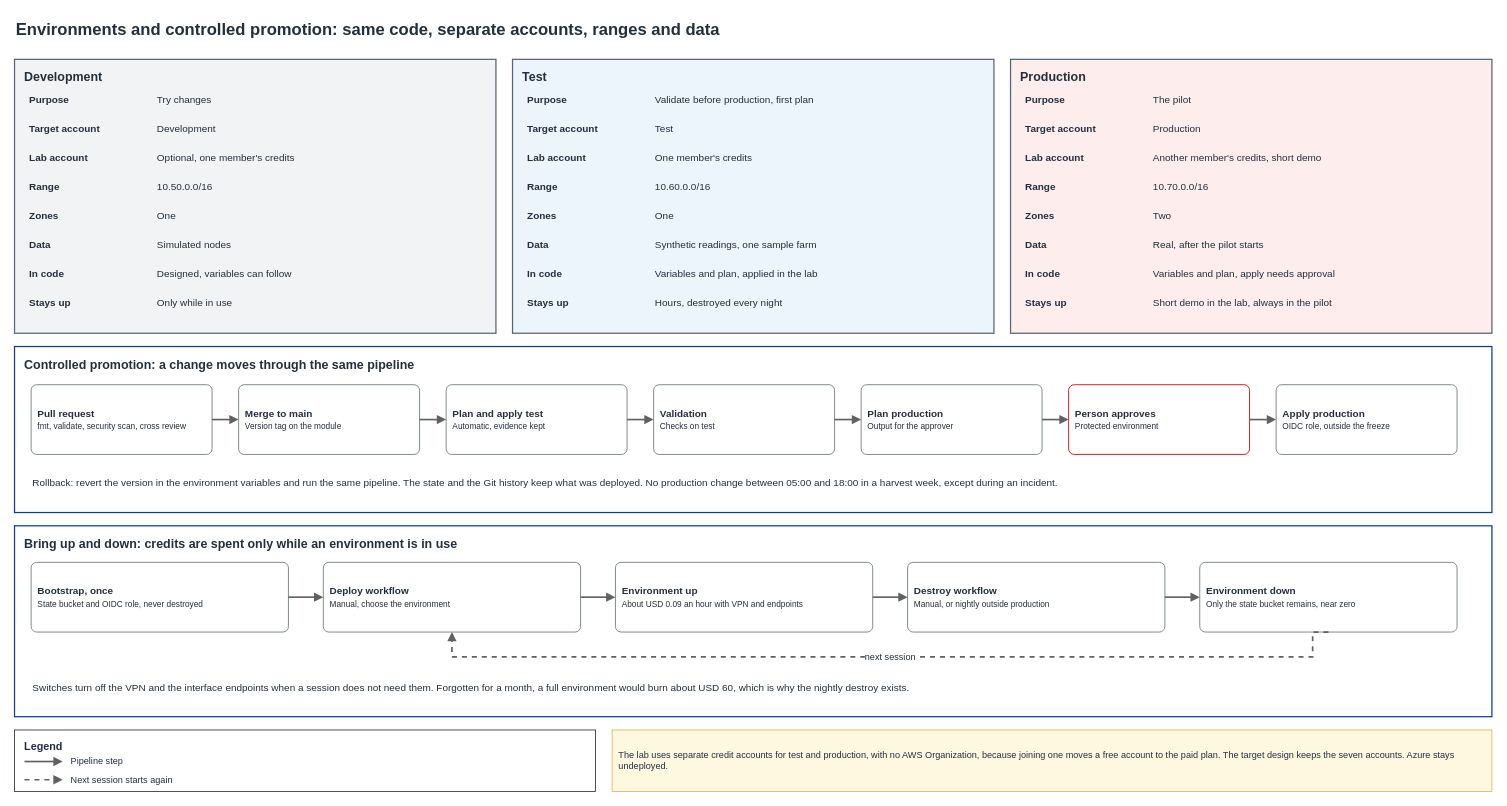
Before: page "06 Environments" (7 of 9) of docs/architecture/diagrams/platform-architecture.drawio in aromapacifico-devops/aromapacifico-devops-docs, a draw.io diagram. Source tidied: cells renumbered, new cells numbered last; positions are measured from the earlier drawing's top-left corner, leaving out a move shared by most shapes. Both pictures are drawn from the tidied source at 83%, with x=0, y=0 at pixel (14, 14).
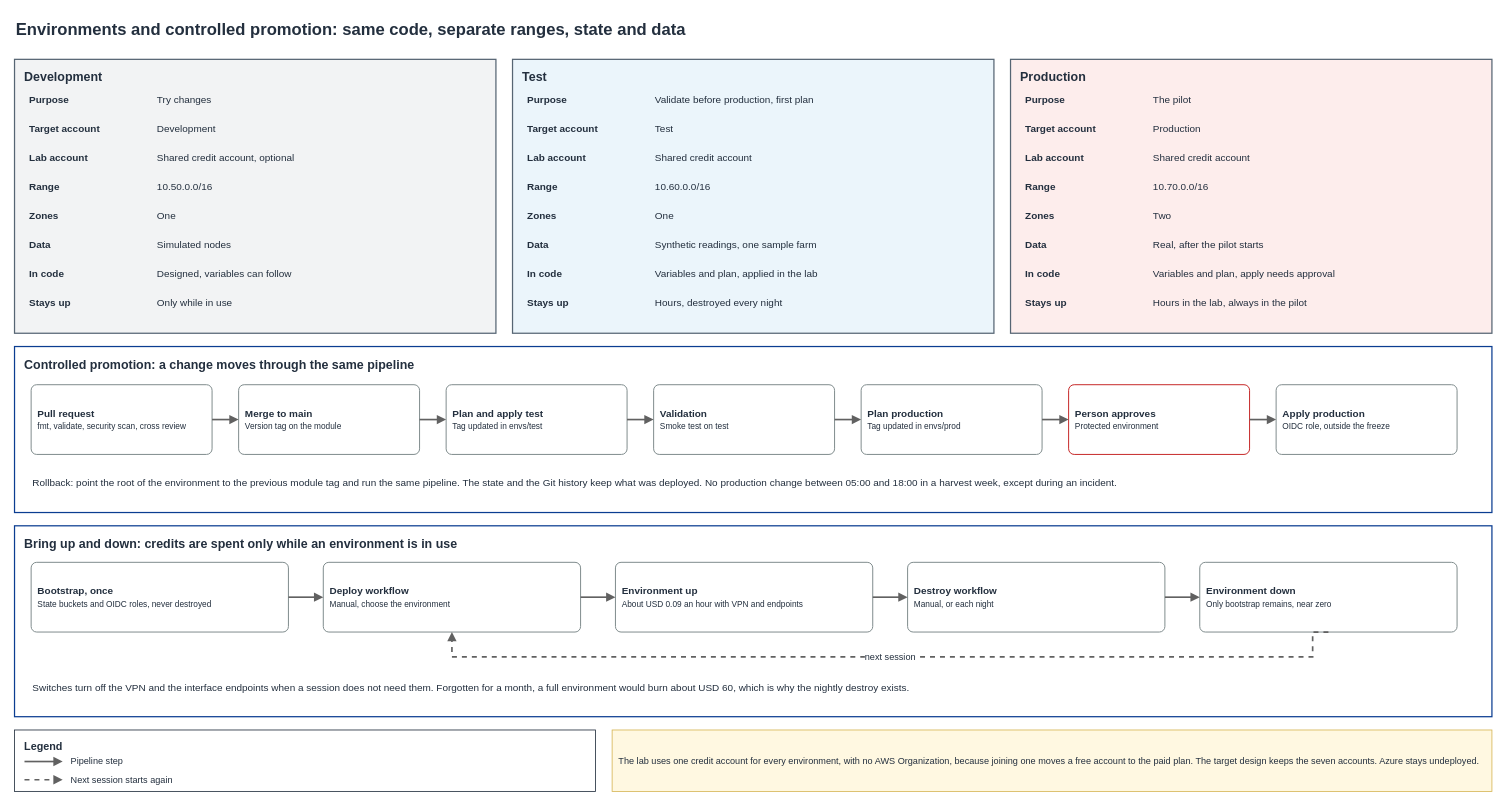
The same diagram, later.

Commit message (it also covers changes not shown here):
docs: update diagrams for one account and nightly destroy

Diff of the diagram source:
```diff
@@
-    <mxCell id="2" value="Environments and controlled promotion: same code, separate accounts, ranges and data" style="text;html=1;whiteSpace=wrap;strokeColor=none;fillColor=none;align=left;verticalAlign=middle;fontSize=20;fontColor=#232F3E;fontStyle=1;" parent="1" vertex="1">
+    <mxCell id="2" value="Environments and controlled promotion: same code, separate ranges, state and data" style="text;html=1;whiteSpace=wrap;strokeColor=none;fillColor=none;align=left;verticalAlign=middle;fontSize=20;fontColor=#232F3E;fontStyle=1;" parent="1" vertex="1">
       <mxGeometry width="1780" height="34" as="geometry" />
     </mxCell>
@@
-    <mxCell id="9" value="Optional, one member's credits" style="text;html=1;whiteSpace=wrap;strokeColor=none;fillColor=none;align=left;verticalAlign=middle;fontSize=12;fontColor=#232F3E;fontStyle=0;" parent="1" vertex="1">
+    <mxCell id="9" value="Shared credit account, optional" style="text;html=1;whiteSpace=wrap;strokeColor=none;fillColor=none;align=left;verticalAlign=middle;fontSize=12;fontColor=#232F3E;fontStyle=0;" parent="1" vertex="1">
       <mxGeometry x="170" y="158" width="400" height="30" as="geometry" />
     </mxCell>
@@
-    <mxCell id="26" value="One member's credits" style="text;html=1;whiteSpace=wrap;strokeColor=none;fillColor=none;align=left;verticalAlign=middle;fontSize=12;fontColor=#232F3E;fontStyle=0;" parent="1" vertex="1">
+    <mxCell id="26" value="Shared credit account" style="text;html=1;whiteSpace=wrap;strokeColor=none;fillColor=none;align=left;verticalAlign=middle;fontSize=12;fontColor=#232F3E;fontStyle=0;" parent="1" vertex="1">
       <mxGeometry x="770" y="158" width="400" height="30" as="geometry" />
     </mxCell>
@@
-    <mxCell id="43" value="Another member's credits, short demo" style="text;html=1;whiteSpace=wrap;strokeColor=none;fillColor=none;align=left;verticalAlign=middle;fontSize=12;fontColor=#232F3E;fontStyle=0;" parent="1" vertex="1">
+    <mxCell id="43" value="Shared credit account" style="text;html=1;whiteSpace=wrap;strokeColor=none;fillColor=none;align=left;verticalAlign=middle;fontSize=12;fontColor=#232F3E;fontStyle=0;" parent="1" vertex="1">
       <mxGeometry x="1370" y="158" width="400" height="30" as="geometry" />
     </mxCell>
@@
-    <mxCell id="53" value="Short demo in the lab, always in the pilot" style="text;html=1;whiteSpace=wrap;strokeColor=none;fillColor=none;align=left;verticalAlign=middle;fontSize=12;fontColor=#232F3E;fontStyle=0;" parent="1" vertex="1">
+    <mxCell id="53" value="Hours in the lab, always in the pilot" style="text;html=1;whiteSpace=wrap;strokeColor=none;fillColor=none;align=left;verticalAlign=middle;fontSize=12;fontColor=#232F3E;fontStyle=0;" parent="1" vertex="1">
       <mxGeometry x="1370" y="333" width="400" height="30" as="geometry" />
     </mxCell>
@@
-    <mxCell id="57" value="&lt;b&gt;Plan and apply test&lt;/b&gt;&lt;br&gt;&lt;font style='font-size:10px'&gt;Automatic, evidence kept&lt;/font&gt;" style="rounded=1;arcSize=8;whiteSpace=wrap;html=1;fillColor=#FFFFFF;strokeColor=#7F8C8D;strokeWidth=1.2;dashed=0;align=left;verticalAlign=middle;spacingLeft=6;spacingRight=3;fontSize=12;fontColor=#232F3E;" parent="1" vertex="1">
+    <mxCell id="57" value="&lt;b&gt;Plan and apply test&lt;/b&gt;&lt;br&gt;&lt;font style='font-size:10px'&gt;Tag updated in envs/test&lt;/font&gt;" style="rounded=1;arcSize=8;whiteSpace=wrap;html=1;fillColor=#FFFFFF;strokeColor=#7F8C8D;strokeWidth=1.2;dashed=0;align=left;verticalAlign=middle;spacingLeft=6;spacingRight=3;fontSize=12;fontColor=#232F3E;" parent="1" vertex="1">
       <mxGeometry x="520" y="446" width="218" height="84" as="geometry" />
     </mxCell>
-    <mxCell id="58" value="&lt;b&gt;Validation&lt;/b&gt;&lt;br&gt;&lt;font style='font-size:10px'&gt;Checks on test&lt;/font&gt;" style="rounded=1;arcSize=8;whiteSpace=wrap;html=1;fillColor=#FFFFFF;strokeColor=#7F8C8D;strokeWidth=1.2;dashed=0;align=left;verticalAlign=middle;spacingLeft=6;spacingRight=3;fontSize=12;fontColor=#232F3E;" parent="1" vertex="1">
+    <mxCell id="58" value="&lt;b&gt;Validation&lt;/b&gt;&lt;br&gt;&lt;font style='font-size:10px'&gt;Smoke test on test&lt;/font&gt;" style="rounded=1;arcSize=8;whiteSpace=wrap;html=1;fillColor=#FFFFFF;strokeColor=#7F8C8D;strokeWidth=1.2;dashed=0;align=left;verticalAlign=middle;spacingLeft=6;spacingRight=3;fontSize=12;fontColor=#232F3E;" parent="1" vertex="1">
       <mxGeometry x="770" y="446" width="218" height="84" as="geometry" />
     </mxCell>
-    <mxCell id="59" value="&lt;b&gt;Plan production&lt;/b&gt;&lt;br&gt;&lt;font style='font-size:10px'&gt;Output for the approver&lt;/font&gt;" style="rounded=1;arcSize=8;whiteSpace=wrap;html=1;fillColor=#FFFFFF;strokeColor=#7F8C8D;strokeWidth=1.2;dashed=0;align=left;verticalAlign=middle;spacingLeft=6;spacingRight=3;fontSize=12;fontColor=#232F3E;" parent="1" vertex="1">
+    <mxCell id="59" value="&lt;b&gt;Plan production&lt;/b&gt;&lt;br&gt;&lt;font style='font-size:10px'&gt;Tag updated in envs/prod&lt;/font&gt;" style="rounded=1;arcSize=8;whiteSpace=wrap;html=1;fillColor=#FFFFFF;strokeColor=#7F8C8D;strokeWidth=1.2;dashed=0;align=left;verticalAlign=middle;spacingLeft=6;spacingRight=3;fontSize=12;fontColor=#232F3E;" parent="1" vertex="1">
       <mxGeometry x="1020" y="446" width="218" height="84" as="geometry" />
     </mxCell>
@@
-    <mxCell id="62" value="Rollback: revert the version in the environment variables and run the same pipeline. The state and the Git history keep what was deployed. No production change between 05:00 and 18:00 in a harvest week, except during an incident." style="text;html=1;whiteSpace=wrap;strokeColor=none;fillColor=none;align=left;verticalAlign=middle;fontSize=12;fontColor=#232F3E;fontStyle=0;" parent="1" vertex="1">
+    <mxCell id="62" value="Rollback: point the root of the environment to the previous module tag and run the same pipeline. The state and the Git history keep what was deployed. No production change between 05:00 and 18:00 in a harvest week, except during an incident." style="text;html=1;whiteSpace=wrap;strokeColor=none;fillColor=none;align=left;verticalAlign=middle;fontSize=12;fontColor=#232F3E;fontStyle=0;" parent="1" vertex="1">
       <mxGeometry x="20" y="544" width="1740" height="40" as="geometry" />
     </mxCell>
@@
-    <mxCell id="64" value="&lt;b&gt;Bootstrap, once&lt;/b&gt;&lt;br&gt;&lt;font style='font-size:10px'&gt;State bucket and OIDC role, never destroyed&lt;/font&gt;" style="rounded=1;arcSize=8;whiteSpace=wrap;html=1;fillColor=#FFFFFF;strokeColor=#7F8C8D;strokeWidth=1.2;dashed=0;align=left;verticalAlign=middle;spacingLeft=6;spacingRight=3;fontSize=12;fontColor=#232F3E;" parent="1" vertex="1">
+    <mxCell id="64" value="&lt;b&gt;Bootstrap, once&lt;/b&gt;&lt;br&gt;&lt;font style='font-size:10px'&gt;State buckets and OIDC roles, never destroyed&lt;/font&gt;" style="rounded=1;arcSize=8;whiteSpace=wrap;html=1;fillColor=#FFFFFF;strokeColor=#7F8C8D;strokeWidth=1.2;dashed=0;align=left;verticalAlign=middle;spacingLeft=6;spacingRight=3;fontSize=12;fontColor=#232F3E;" parent="1" vertex="1">
       <mxGeometry x="20" y="660" width="310" height="84" as="geometry" />
     </mxCell>
@@
-    <mxCell id="67" value="&lt;b&gt;Destroy workflow&lt;/b&gt;&lt;br&gt;&lt;font style='font-size:10px'&gt;Manual, or nightly outside production&lt;/font&gt;" style="rounded=1;arcSize=8;whiteSpace=wrap;html=1;fillColor=#FFFFFF;strokeColor=#7F8C8D;strokeWidth=1.2;dashed=0;align=left;verticalAlign=middle;spacingLeft=6;spacingRight=3;fontSize=12;fontColor=#232F3E;" parent="1" vertex="1">
+    <mxCell id="67" value="&lt;b&gt;Destroy workflow&lt;/b&gt;&lt;br&gt;&lt;font style='font-size:10px'&gt;Manual, or each night&lt;/font&gt;" style="rounded=1;arcSize=8;whiteSpace=wrap;html=1;fillColor=#FFFFFF;strokeColor=#7F8C8D;strokeWidth=1.2;dashed=0;align=left;verticalAlign=middle;spacingLeft=6;spacingRight=3;fontSize=12;fontColor=#232F3E;" parent="1" vertex="1">
       <mxGeometry x="1076" y="660" width="310" height="84" as="geometry" />
     </mxCell>
-    <mxCell id="68" value="&lt;b&gt;Environment down&lt;/b&gt;&lt;br&gt;&lt;font style='font-size:10px'&gt;Only the state bucket remains, near zero&lt;/font&gt;" style="rounded=1;arcSize=8;whiteSpace=wrap;html=1;fillColor=#FFFFFF;strokeColor=#7F8C8D;strokeWidth=1.2;dashed=0;align=left;verticalAlign=middle;spacingLeft=6;spacingRight=3;fontSize=12;fontColor=#232F3E;" parent="1" vertex="1">
+    <mxCell id="68" value="&lt;b&gt;Environment down&lt;/b&gt;&lt;br&gt;&lt;font style='font-size:10px'&gt;Only bootstrap remains, near zero&lt;/font&gt;" style="rounded=1;arcSize=8;whiteSpace=wrap;html=1;fillColor=#FFFFFF;strokeColor=#7F8C8D;strokeWidth=1.2;dashed=0;align=left;verticalAlign=middle;spacingLeft=6;spacingRight=3;fontSize=12;fontColor=#232F3E;" parent="1" vertex="1">
       <mxGeometry x="1428" y="660" width="310" height="84" as="geometry" />
     </mxCell>
@@
-    <mxCell id="73" value="The lab uses separate credit accounts for test and production, with no AWS Organization, because joining one moves a free account to the paid plan. The target design keeps the seven accounts. Azure stays undeployed." style="rounded=0;whiteSpace=wrap;html=1;fillColor=#FFF8E1;strokeColor=#D6B656;align=left;verticalAlign=middle;spacingLeft=6;spacingRight=6;fontSize=11;fontColor=#232F3E;" parent="1" vertex="1">
+    <mxCell id="73" value="The lab uses one credit account for every environment, with no AWS Organization, because joining one moves a free account to the paid plan. The target design keeps the seven accounts. Azure stays undeployed." style="rounded=0;whiteSpace=wrap;html=1;fillColor=#FFF8E1;strokeColor=#D6B656;align=left;verticalAlign=middle;spacingLeft=6;spacingRight=6;fontSize=11;fontColor=#232F3E;" parent="1" vertex="1">
       <mxGeometry x="720" y="862" width="1060" height="74" as="geometry" />
     </mxCell>
```
